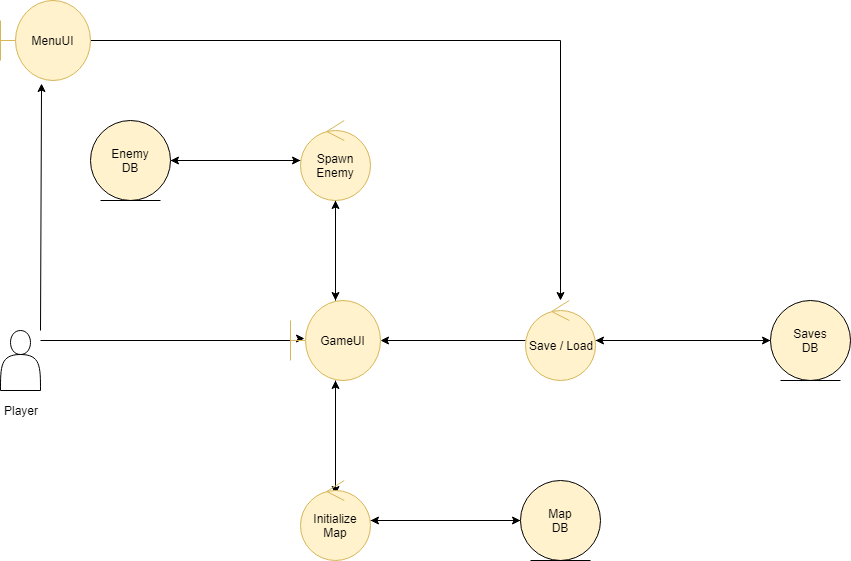
Before: Robustness Diagram.png, a diagram exported from draw.io (yanJ1e/oo_1). Source tidied: cells renumbered, new cells last; positions are measured from the earlier drawing's top-left corner, leaving out a move shared by most shapes. Its diagram source:
```xml
<mxGraphModel>
  <root>
    <mxCell id="0" />
    <mxCell id="1" parent="0" />
    <mxCell id="2" style="edgeStyle=orthogonalEdgeStyle;rounded=0;jettySize=auto;html=1;entryX=0.156;entryY=0.475;entryDx=0;entryDy=0;entryPerimeter=0;strokeColor=#000000;" parent="1" edge="1" source="3" target="16">
      <mxGeometry relative="1" as="geometry">
        <Array as="points">
          <mxPoint x="300" y="340" />
          <mxPoint x="300" y="338" />
        </Array>
      </mxGeometry>
    </mxCell>
    <mxCell id="3" style="shape=actor;whiteSpace=wrap;html=1;" parent="1" vertex="1">
      <mxGeometry y="330" width="40" height="60" as="geometry" />
    </mxCell>
    <mxCell id="4" value="Player" style="text;html=1;strokeColor=none;fillColor=none;align=center;verticalAlign=middle;whiteSpace=wrap;rounded=0;" parent="1" vertex="1">
      <mxGeometry y="400" width="40" height="20" as="geometry" />
    </mxCell>
    <mxCell id="5" style="endArrow=classic;html=1;strokeColor=#000000;entryX=0.456;entryY=1.038;entryDx=0;entryDy=0;entryPerimeter=0;" parent="1" edge="1" target="7">
      <mxGeometry relative="1" as="geometry">
        <mxPoint x="40" y="330" as="sourcePoint" />
      </mxGeometry>
    </mxCell>
    <mxCell id="6" style="edgeStyle=orthogonalEdgeStyle;rounded=0;jettySize=auto;html=1;strokeColor=#000000;" parent="1" edge="1" source="7" target="10">
      <mxGeometry relative="1" as="geometry" />
    </mxCell>
    <mxCell id="7" value="MenuUI" style="shape=umlBoundary;whiteSpace=wrap;html=1;fillColor=#fff2cc;strokeColor=#d6b656;" parent="1" vertex="1">
      <mxGeometry width="90" height="80" as="geometry" />
    </mxCell>
    <mxCell id="8" style="edgeStyle=orthogonalEdgeStyle;rounded=0;jettySize=auto;html=1;strokeColor=#000000;" parent="1" edge="1" source="10" target="12">
      <mxGeometry relative="1" as="geometry" />
    </mxCell>
    <mxCell id="9" style="edgeStyle=orthogonalEdgeStyle;rounded=0;jettySize=auto;html=1;strokeColor=#000000;entryX=1;entryY=0.5;entryDx=0;entryDy=0;entryPerimeter=0;" parent="1" edge="1" source="10" target="16">
      <mxGeometry relative="1" as="geometry" />
    </mxCell>
    <mxCell id="10" value="Save / Load" style="ellipse;shape=umlControl;whiteSpace=wrap;html=1;fillColor=#FFF2CC;strokeColor=#d6b656;" parent="1" vertex="1">
      <mxGeometry x="525" y="300" width="70" height="80" as="geometry" />
    </mxCell>
    <mxCell id="11" style="edgeStyle=orthogonalEdgeStyle;rounded=0;jettySize=auto;html=1;strokeColor=#000000;" parent="1" edge="1" source="12" target="10">
      <mxGeometry relative="1" as="geometry" />
    </mxCell>
    <mxCell id="12" value="Saves&lt;br&gt;DB" style="ellipse;shape=umlEntity;whiteSpace=wrap;html=1;fillColor=#FFF2CC;" parent="1" vertex="1">
      <mxGeometry x="770" y="300" width="80" height="80" as="geometry" />
    </mxCell>
    <mxCell id="13" style="edgeStyle=orthogonalEdgeStyle;rounded=0;jettySize=auto;html=1;entryX=0.5;entryY=0.175;entryDx=0;entryDy=0;entryPerimeter=0;strokeColor=#000000;" parent="1" edge="1" source="16" target="19">
      <mxGeometry relative="1" as="geometry" />
    </mxCell>
    <mxCell id="14" style="edgeStyle=orthogonalEdgeStyle;rounded=0;jettySize=auto;html=1;strokeColor=#000000;" parent="1" edge="1" source="16">
      <mxGeometry relative="1" as="geometry">
        <mxPoint x="335" y="190" as="targetPoint" />
      </mxGeometry>
    </mxCell>
    <mxCell id="15" style="edgeStyle=orthogonalEdgeStyle;rounded=0;jettySize=auto;html=1;strokeColor=#000000;" parent="1" edge="1" source="16" target="24">
      <mxGeometry relative="1" as="geometry" />
    </mxCell>
    <mxCell id="16" value="GameUI" style="shape=umlBoundary;whiteSpace=wrap;html=1;fillColor=#fff2cc;strokeColor=#d6b656;" parent="1" vertex="1">
      <mxGeometry x="290" y="300" width="90" height="80" as="geometry" />
    </mxCell>
    <mxCell id="17" style="edgeStyle=orthogonalEdgeStyle;rounded=0;jettySize=auto;html=1;entryX=0;entryY=0.5;entryDx=0;entryDy=0;strokeColor=#000000;" parent="1" edge="1" source="19" target="21">
      <mxGeometry relative="1" as="geometry" />
    </mxCell>
    <mxCell id="18" style="edgeStyle=orthogonalEdgeStyle;rounded=0;jettySize=auto;html=1;strokeColor=#000000;" parent="1" edge="1" source="19" target="16">
      <mxGeometry relative="1" as="geometry" />
    </mxCell>
    <mxCell id="19" value="Initialize&lt;br&gt;Map" style="ellipse;shape=umlControl;whiteSpace=wrap;html=1;fillColor=#FFF2CC;strokeColor=#d6b656;" parent="1" vertex="1">
      <mxGeometry x="300" y="480" width="70" height="80" as="geometry" />
    </mxCell>
    <mxCell id="20" style="edgeStyle=orthogonalEdgeStyle;rounded=0;jettySize=auto;html=1;strokeColor=#000000;" parent="1" edge="1" source="21" target="19">
      <mxGeometry relative="1" as="geometry" />
    </mxCell>
    <mxCell id="21" value="Map&lt;br&gt;DB" style="ellipse;shape=umlEntity;whiteSpace=wrap;html=1;fillColor=#FFF2CC;" parent="1" vertex="1">
      <mxGeometry x="520" y="480" width="80" height="80" as="geometry" />
    </mxCell>
    <mxCell id="22" style="edgeStyle=orthogonalEdgeStyle;rounded=0;jettySize=auto;html=1;strokeColor=#000000;" parent="1" edge="1" source="24">
      <mxGeometry relative="1" as="geometry">
        <mxPoint x="170" y="160" as="targetPoint" />
      </mxGeometry>
    </mxCell>
    <mxCell id="23" style="edgeStyle=orthogonalEdgeStyle;rounded=0;jettySize=auto;html=1;strokeColor=#000000;" parent="1" edge="1" source="24">
      <mxGeometry relative="1" as="geometry">
        <mxPoint x="335" y="300" as="targetPoint" />
      </mxGeometry>
    </mxCell>
    <mxCell id="24" value="Spawn Enemy" style="ellipse;shape=umlControl;whiteSpace=wrap;html=1;fillColor=#FFF2CC;strokeColor=#d6b656;" parent="1" vertex="1">
      <mxGeometry x="300" y="120" width="70" height="80" as="geometry" />
    </mxCell>
    <mxCell id="25" style="edgeStyle=orthogonalEdgeStyle;rounded=0;jettySize=auto;html=1;strokeColor=#000000;" parent="1" edge="1" source="26" target="24">
      <mxGeometry relative="1" as="geometry" />
    </mxCell>
    <mxCell id="26" value="Enemy&lt;br&gt;DB" style="ellipse;shape=umlEntity;whiteSpace=wrap;html=1;fillColor=#FFF2CC;" parent="1" vertex="1">
      <mxGeometry x="90" y="120" width="80" height="80" as="geometry" />
    </mxCell>
  </root>
</mxGraphModel>
```
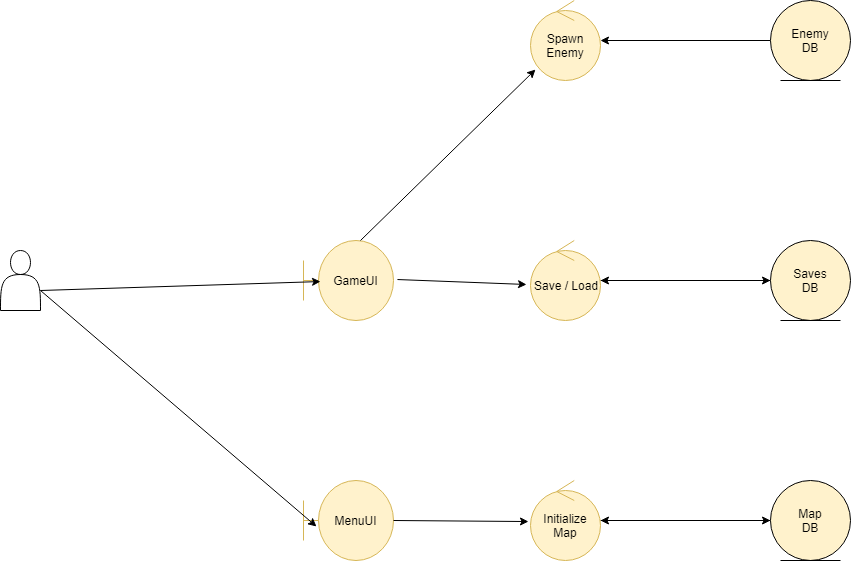
After the commit.

What changed in the source:
```diff
@@ -2,93 +2,70 @@
   <root>
     <mxCell id="0" />
     <mxCell id="1" parent="0" />
-    <mxCell id="2" style="edgeStyle=orthogonalEdgeStyle;rounded=0;jettySize=auto;html=1;entryX=0.156;entryY=0.475;entryDx=0;entryDy=0;entryPerimeter=0;strokeColor=#000000;" parent="1" edge="1" source="3" target="16">
-      <mxGeometry relative="1" as="geometry">
-        <Array as="points">
-          <mxPoint x="300" y="340" />
-          <mxPoint x="300" y="338" />
-        </Array>
-      </mxGeometry>
-    </mxCell>
     <mxCell id="3" style="shape=actor;whiteSpace=wrap;html=1;" parent="1" vertex="1">
-      <mxGeometry y="330" width="40" height="60" as="geometry" />
+      <mxGeometry x="-20" y="250" width="40" height="60" as="geometry" />
     </mxCell>
-    <mxCell id="4" value="Player" style="text;html=1;strokeColor=none;fillColor=none;align=center;verticalAlign=middle;whiteSpace=wrap;rounded=0;" parent="1" vertex="1">
-      <mxGeometry y="400" width="40" height="20" as="geometry" />
-    </mxCell>
-    <mxCell id="5" style="endArrow=classic;html=1;strokeColor=#000000;entryX=0.456;entryY=1.038;entryDx=0;entryDy=0;entryPerimeter=0;" parent="1" edge="1" target="7">
-      <mxGeometry relative="1" as="geometry">
-        <mxPoint x="40" y="330" as="sourcePoint" />
-      </mxGeometry>
-    </mxCell>
-    <mxCell id="6" style="edgeStyle=orthogonalEdgeStyle;rounded=0;jettySize=auto;html=1;strokeColor=#000000;" parent="1" edge="1" source="7" target="10">
-      <mxGeometry relative="1" as="geometry" />
-    </mxCell>
-    <mxCell id="7" value="MenuUI" style="shape=umlBoundary;whiteSpace=wrap;html=1;fillColor=#fff2cc;strokeColor=#d6b656;" parent="1" vertex="1">
-      <mxGeometry width="90" height="80" as="geometry" />
-    </mxCell>
     <mxCell id="8" style="edgeStyle=orthogonalEdgeStyle;rounded=0;jettySize=auto;html=1;strokeColor=#000000;" parent="1" edge="1" source="10" target="12">
       <mxGeometry relative="1" as="geometry" />
     </mxCell>
-    <mxCell id="9" style="edgeStyle=orthogonalEdgeStyle;rounded=0;jettySize=auto;html=1;strokeColor=#000000;entryX=1;entryY=0.5;entryDx=0;entryDy=0;entryPerimeter=0;" parent="1" edge="1" source="10" target="16">
-      <mxGeometry relative="1" as="geometry" />
-    </mxCell>
     <mxCell id="10" value="Save / Load" style="ellipse;shape=umlControl;whiteSpace=wrap;html=1;fillColor=#FFF2CC;strokeColor=#d6b656;" parent="1" vertex="1">
-      <mxGeometry x="525" y="300" width="70" height="80" as="geometry" />
+      <mxGeometry x="510" y="240" width="70" height="80" as="geometry" />
     </mxCell>
     <mxCell id="11" style="edgeStyle=orthogonalEdgeStyle;rounded=0;jettySize=auto;html=1;strokeColor=#000000;" parent="1" edge="1" source="12" target="10">
       <mxGeometry relative="1" as="geometry" />
     </mxCell>
     <mxCell id="12" value="Saves&lt;br&gt;DB" style="ellipse;shape=umlEntity;whiteSpace=wrap;html=1;fillColor=#FFF2CC;" parent="1" vertex="1">
-      <mxGeometry x="770" y="300" width="80" height="80" as="geometry" />
+      <mxGeometry x="750" y="240" width="80" height="80" as="geometry" />
     </mxCell>
-    <mxCell id="13" style="edgeStyle=orthogonalEdgeStyle;rounded=0;jettySize=auto;html=1;entryX=0.5;entryY=0.175;entryDx=0;entryDy=0;entryPerimeter=0;strokeColor=#000000;" parent="1" edge="1" source="16" target="19">
-      <mxGeometry relative="1" as="geometry" />
-    </mxCell>
-    <mxCell id="14" style="edgeStyle=orthogonalEdgeStyle;rounded=0;jettySize=auto;html=1;strokeColor=#000000;" parent="1" edge="1" source="16">
-      <mxGeometry relative="1" as="geometry">
-        <mxPoint x="335" y="190" as="targetPoint" />
-      </mxGeometry>
-    </mxCell>
-    <mxCell id="15" style="edgeStyle=orthogonalEdgeStyle;rounded=0;jettySize=auto;html=1;strokeColor=#000000;" parent="1" edge="1" source="16" target="24">
-      <mxGeometry relative="1" as="geometry" />
-    </mxCell>
     <mxCell id="16" value="GameUI" style="shape=umlBoundary;whiteSpace=wrap;html=1;fillColor=#fff2cc;strokeColor=#d6b656;" parent="1" vertex="1">
-      <mxGeometry x="290" y="300" width="90" height="80" as="geometry" />
+      <mxGeometry x="283" y="240" width="90" height="80" as="geometry" />
     </mxCell>
     <mxCell id="17" style="edgeStyle=orthogonalEdgeStyle;rounded=0;jettySize=auto;html=1;entryX=0;entryY=0.5;entryDx=0;entryDy=0;strokeColor=#000000;" parent="1" edge="1" source="19" target="21">
       <mxGeometry relative="1" as="geometry" />
     </mxCell>
-    <mxCell id="18" style="edgeStyle=orthogonalEdgeStyle;rounded=0;jettySize=auto;html=1;strokeColor=#000000;" parent="1" edge="1" source="19" target="16">
-      <mxGeometry relative="1" as="geometry" />
-    </mxCell>
     <mxCell id="19" value="Initialize&lt;br&gt;Map" style="ellipse;shape=umlControl;whiteSpace=wrap;html=1;fillColor=#FFF2CC;strokeColor=#d6b656;" parent="1" vertex="1">
-      <mxGeometry x="300" y="480" width="70" height="80" as="geometry" />
+      <mxGeometry x="510" y="480" width="70" height="80" as="geometry" />
     </mxCell>
     <mxCell id="20" style="edgeStyle=orthogonalEdgeStyle;rounded=0;jettySize=auto;html=1;strokeColor=#000000;" parent="1" edge="1" source="21" target="19">
       <mxGeometry relative="1" as="geometry" />
     </mxCell>
     <mxCell id="21" value="Map&lt;br&gt;DB" style="ellipse;shape=umlEntity;whiteSpace=wrap;html=1;fillColor=#FFF2CC;" parent="1" vertex="1">
-      <mxGeometry x="520" y="480" width="80" height="80" as="geometry" />
+      <mxGeometry x="750" y="480" width="80" height="80" as="geometry" />
     </mxCell>
-    <mxCell id="22" style="edgeStyle=orthogonalEdgeStyle;rounded=0;jettySize=auto;html=1;strokeColor=#000000;" parent="1" edge="1" source="24">
-      <mxGeometry relative="1" as="geometry">
-        <mxPoint x="170" y="160" as="targetPoint" />
-      </mxGeometry>
-    </mxCell>
-    <mxCell id="23" style="edgeStyle=orthogonalEdgeStyle;rounded=0;jettySize=auto;html=1;strokeColor=#000000;" parent="1" edge="1" source="24">
-      <mxGeometry relative="1" as="geometry">
-        <mxPoint x="335" y="300" as="targetPoint" />
-      </mxGeometry>
-    </mxCell>
-    <mxCell id="24" value="Spawn Enemy" style="ellipse;shape=umlControl;whiteSpace=wrap;html=1;fillColor=#FFF2CC;strokeColor=#d6b656;" parent="1" vertex="1">
-      <mxGeometry x="300" y="120" width="70" height="80" as="geometry" />
-    </mxCell>
     <mxCell id="25" style="edgeStyle=orthogonalEdgeStyle;rounded=0;jettySize=auto;html=1;strokeColor=#000000;" parent="1" edge="1" source="26" target="24">
       <mxGeometry relative="1" as="geometry" />
     </mxCell>
     <mxCell id="26" value="Enemy&lt;br&gt;DB" style="ellipse;shape=umlEntity;whiteSpace=wrap;html=1;fillColor=#FFF2CC;" parent="1" vertex="1">
-      <mxGeometry x="90" y="120" width="80" height="80" as="geometry" />
+      <mxGeometry x="750" width="80" height="80" as="geometry" />
     </mxCell>
+    <mxCell id="24" value="Spawn Enemy" style="ellipse;shape=umlControl;whiteSpace=wrap;html=1;fillColor=#FFF2CC;strokeColor=#d6b656;" parent="1" vertex="1">
+      <mxGeometry x="510" width="70" height="80" as="geometry" />
+    </mxCell>
+    <mxCell id="7" value="MenuUI" style="shape=umlBoundary;whiteSpace=wrap;html=1;fillColor=#fff2cc;strokeColor=#d6b656;" parent="1" vertex="1">
+      <mxGeometry x="283" y="480" width="90" height="80" as="geometry" />
+    </mxCell>
+    <mxCell id="27" style="endArrow=classic;html=1;entryX=0.144;entryY=0.575;entryDx=0;entryDy=0;entryPerimeter=0;" parent="1" edge="1" target="7">
+      <mxGeometry relative="1" as="geometry">
+        <mxPoint x="20" y="290" as="sourcePoint" />
+      </mxGeometry>
+    </mxCell>
+    <mxCell id="28" style="endArrow=classic;html=1;entryX=0.189;entryY=0.513;entryDx=0;entryDy=0;entryPerimeter=0;" parent="1" edge="1" target="16">
+      <mxGeometry relative="1" as="geometry">
+        <mxPoint x="20" y="290" as="sourcePoint" />
+      </mxGeometry>
+    </mxCell>
+    <mxCell id="29" style="endArrow=classic;html=1;entryX=-0.029;entryY=0.513;entryDx=0;entryDy=0;entryPerimeter=0;" parent="1" edge="1" target="19">
+      <mxGeometry relative="1" as="geometry">
+        <mxPoint x="373" y="520" as="sourcePoint" />
+      </mxGeometry>
+    </mxCell>
+    <mxCell id="30" style="endArrow=classic;html=1;entryX=0.071;entryY=0.863;entryDx=0;entryDy=0;entryPerimeter=0;" parent="1" edge="1" target="24">
+      <mxGeometry relative="1" as="geometry">
+        <mxPoint x="340" y="240" as="sourcePoint" />
+      </mxGeometry>
+    </mxCell>
+    <mxCell id="31" style="endArrow=classic;html=1;exitX=1.044;exitY=0.488;exitDx=0;exitDy=0;exitPerimeter=0;entryX=-0.057;entryY=0.55;entryDx=0;entryDy=0;entryPerimeter=0;" parent="1" edge="1" source="16" target="10">
+      <mxGeometry relative="1" as="geometry" />
+    </mxCell>
   </root>
 </mxGraphModel>
```
